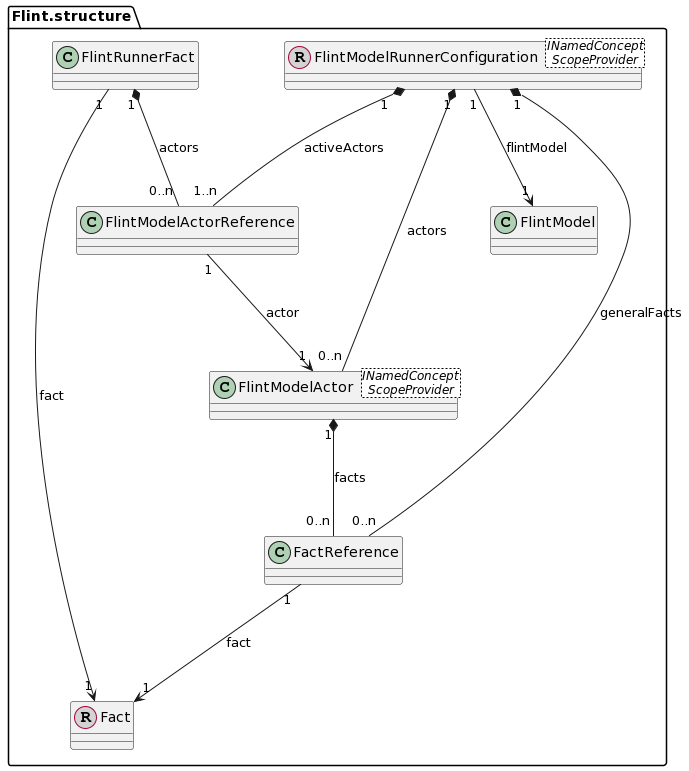
This is docs/uml/flintmodelrunner-model.png from discipl/flinteditor-mps, a PlantUML export, as it was before one commit. Source of this version:
```plantuml
@startuml
skinparam nodesep 50
skinparam ranksep 100

class "Flint.structure.FlintModelActorReference"
class "Flint.structure.FactReference"
class "Flint.structure.FlintModelRunnerConfiguration" <INamedConcept\nScopeProvider> << (R, lightgrey) >>
class "Flint.structure.FlintRunnerFact"
class "Flint.structure.FlintModelActor" <INamedConcept\nScopeProvider>
class "Flint.structure.Fact"  << (R, lightgrey) >>


"Flint.structure.FlintModelRunnerConfiguration" "1" *-- "0..n" "Flint.structure.FlintModelActor" : actors
"Flint.structure.FlintModelActorReference" "1" --> "1" "Flint.structure.FlintModelActor" : actor
"Flint.structure.FlintModelActor" "1" *-- "0..n" "Flint.structure.FactReference" : facts
"Flint.structure.FlintRunnerFact" "1" *-- "0..n" "Flint.structure.FlintModelActorReference" : actors
"Flint.structure.FlintRunnerFact" "1" --> "1" "Flint.structure.Fact" : fact
"Flint.structure.FactReference" "1" --> "1" "Flint.structure.Fact" : fact

"Flint.structure.FlintModelRunnerConfiguration" "1" *-- "1..n" "Flint.structure.FlintModelActorReference" : activeActors
"Flint.structure.FlintModelRunnerConfiguration" "1" *-- "0..n" "Flint.structure.FactReference" : generalFacts
"Flint.structure.FlintModelRunnerConfiguration" "1" --> "1" "Flint.structure.FlintModel" : flintModel
@enduml
```
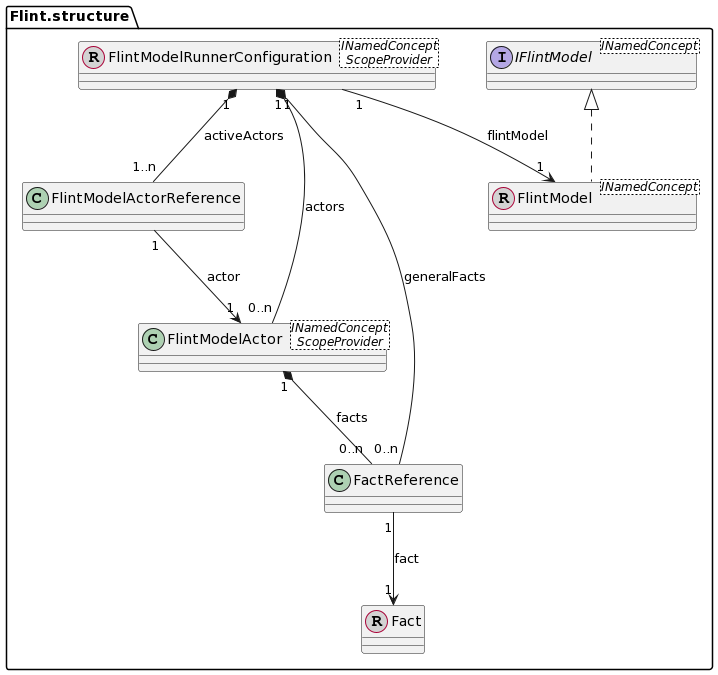
After the commit.

What changed in the source:
```diff
@@ -1,23 +1,20 @@
 @startuml
 skinparam nodesep 50
-skinparam ranksep 100
+skinparam ranksep 75
 
+interface "Flint.structure.IFlintModel" <INamedConcept>
 class "Flint.structure.FlintModelActorReference"
 class "Flint.structure.FactReference"
 class "Flint.structure.FlintModelRunnerConfiguration" <INamedConcept\nScopeProvider> << (R, lightgrey) >>
-class "Flint.structure.FlintRunnerFact"
+class "Flint.structure.Fact"  << (R, lightgrey) >>
+class "Flint.structure.FlintModel" <INamedConcept> << (R, lightgrey) >>
 class "Flint.structure.FlintModelActor" <INamedConcept\nScopeProvider>
-class "Flint.structure.Fact"  << (R, lightgrey) >>
-
-
+"Flint.structure.IFlintModel" <|.. "Flint.structure.FlintModel"
+"Flint.structure.FlintModelActorReference" "1" --> "1" "Flint.structure.FlintModelActor" : actor
+"Flint.structure.FactReference" "1" --> "1" "Flint.structure.Fact" : fact
 "Flint.structure.FlintModelRunnerConfiguration" "1" *-- "0..n" "Flint.structure.FlintModelActor" : actors
-"Flint.structure.FlintModelActorReference" "1" --> "1" "Flint.structure.FlintModelActor" : actor
-"Flint.structure.FlintModelActor" "1" *-- "0..n" "Flint.structure.FactReference" : facts
-"Flint.structure.FlintRunnerFact" "1" *-- "0..n" "Flint.structure.FlintModelActorReference" : actors
-"Flint.structure.FlintRunnerFact" "1" --> "1" "Flint.structure.Fact" : fact
-"Flint.structure.FactReference" "1" --> "1" "Flint.structure.Fact" : fact
-
 "Flint.structure.FlintModelRunnerConfiguration" "1" *-- "1..n" "Flint.structure.FlintModelActorReference" : activeActors
 "Flint.structure.FlintModelRunnerConfiguration" "1" *-- "0..n" "Flint.structure.FactReference" : generalFacts
 "Flint.structure.FlintModelRunnerConfiguration" "1" --> "1" "Flint.structure.FlintModel" : flintModel
+"Flint.structure.FlintModelActor" "1" *-- "0..n" "Flint.structure.FactReference" : facts
 @enduml
```
